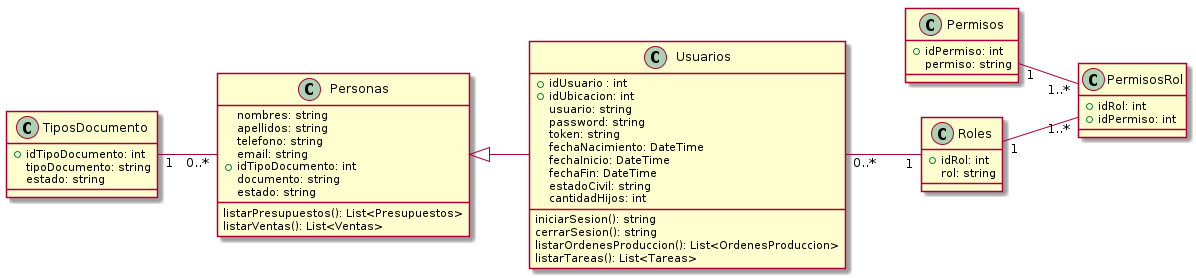
Above: Informe Final/Imagenes/DiagramaClases/Vistas/vistaSistema.png in ZMGestion/DocumentacionZMGestion (PlantUML), before the change.
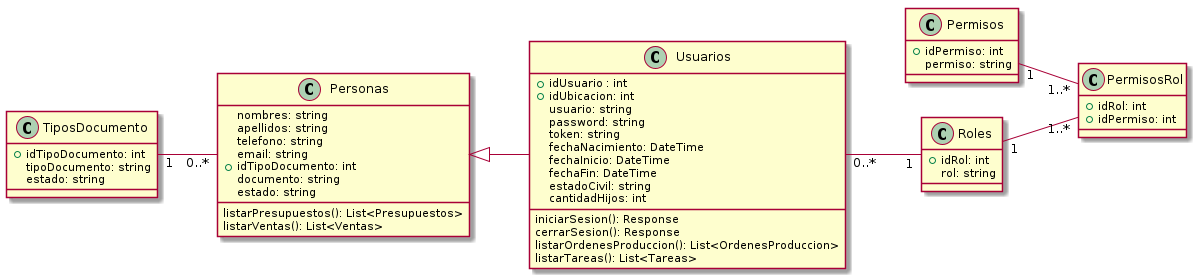
Above is the later version.

Change to the diagram source:
```diff
@@ -24,8 +24,8 @@
    estadoCivil: string
    cantidadHijos: int
 
-   iniciarSesion(): string
-   cerrarSesion(): string
+   iniciarSesion(): Response
+   cerrarSesion(): Response
    listarOrdenesProduccion(): List<OrdenesProduccion>
    listarTareas(): List<Tareas>
 }
```
